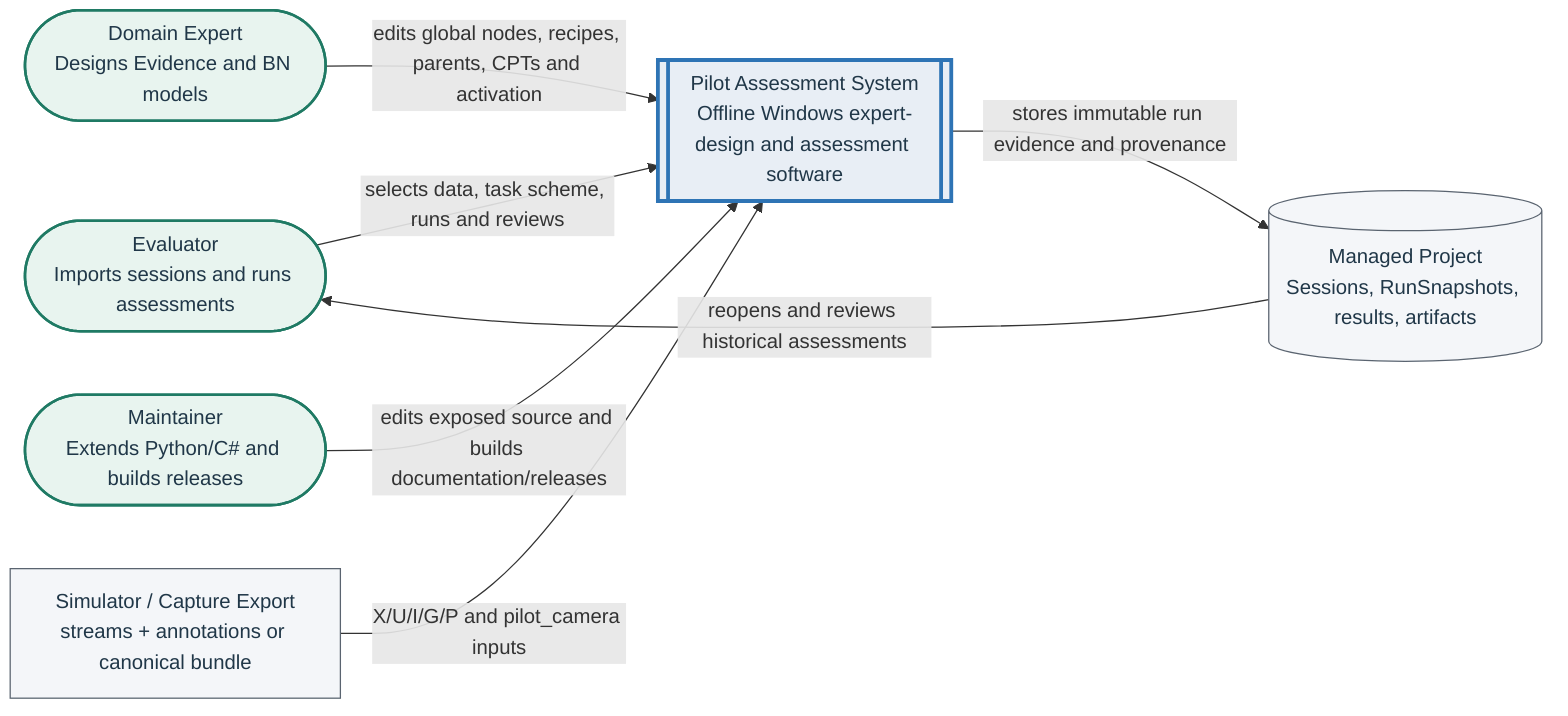
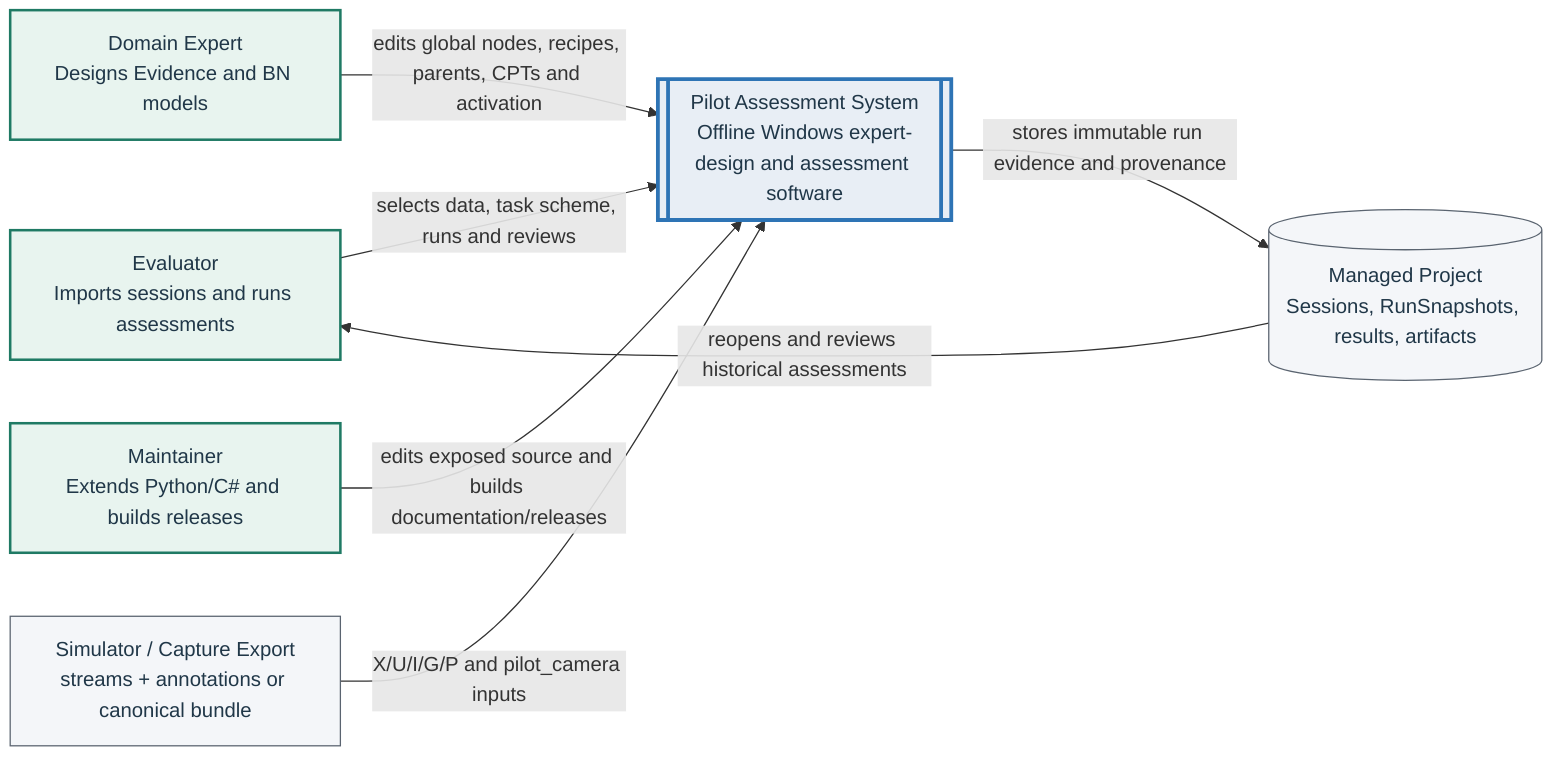
flowchart LR
-     evaluator(["Evaluator\nImports sessions and runs assessments"])
-     expert(["Domain Expert\nDesigns Evidence and BN models"])
-     maintainer(["Maintainer\nExtends Python/C# and builds releases"])
+     evaluator["Evaluator\nImports sessions and runs assessments"]
+     expert["Domain Expert\nDesigns Evidence and BN models"]
+     maintainer["Maintainer\nExtends Python/C# and builds releases"]
    simulator["Simulator / Capture Export\nstreams + annotations or canonical bundle"]
    system[["Pilot Assessment System\nOffline Windows expert-design and assessment software"]]
    results[("Managed Project\nSessions, RunSnapshots, results, artifacts")]

    evaluator -->|"selects data, task scheme, runs and reviews"| system
    expert -->|"edits global nodes, recipes, parents, CPTs and activation"| system
    maintainer -->|"edits exposed source and builds documentation/releases"| system
    simulator -->|"X/U/I/G/P and pilot_camera inputs"| system
    system -->|"stores immutable run evidence and provenance"| results
    results -->|"reopens and reviews historical assessments"| evaluator

    classDef person fill:#E8F4EF,stroke:#1F7A64,color:#203748,stroke-width:2px;
    classDef system fill:#E8EEF5,stroke:#2E74B5,color:#203748,stroke-width:3px;
    classDef external fill:#F4F6F9,stroke:#5A6470,color:#203748;
    class evaluator,expert,maintainer person;
    class system system;
    class simulator,results external;
